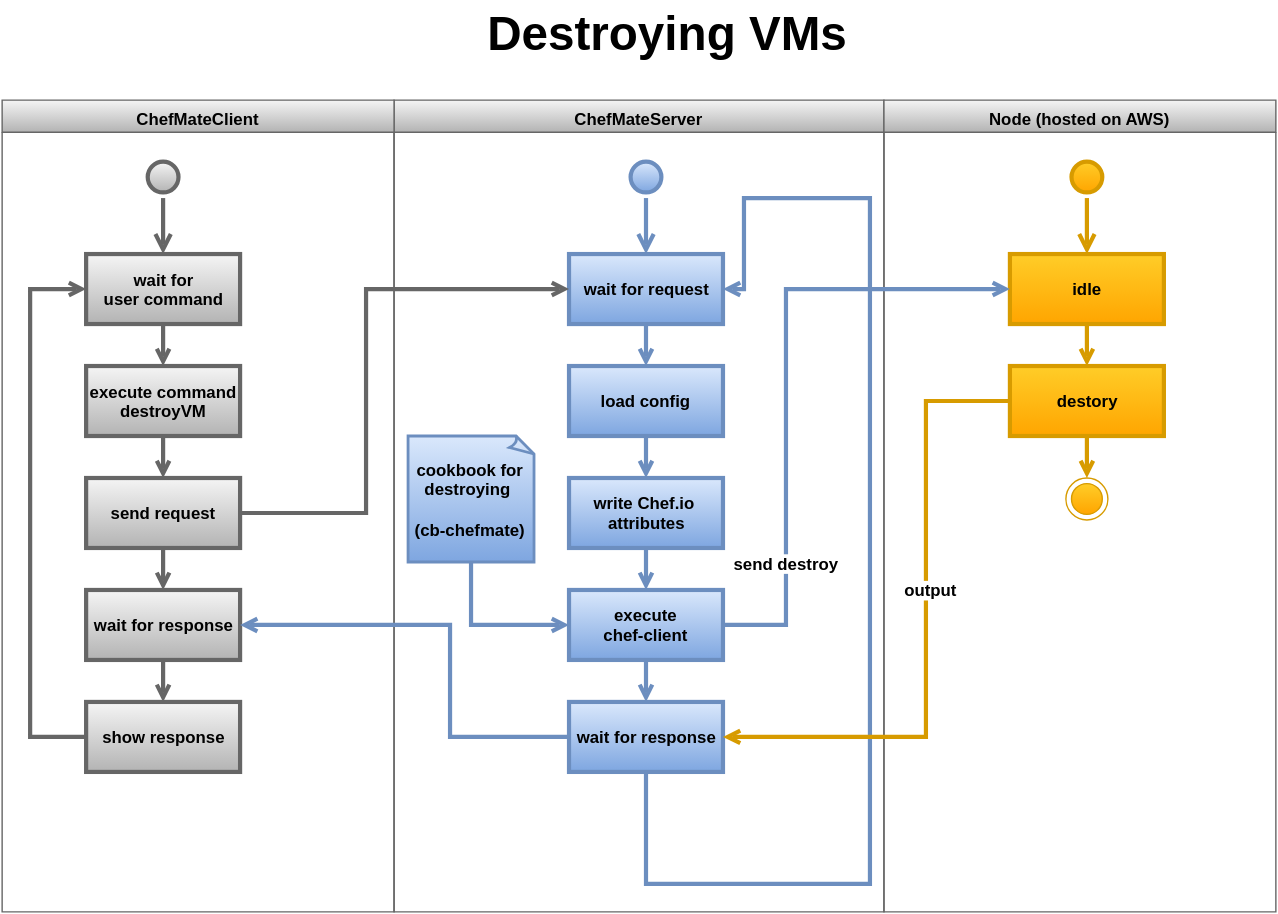
This is chefmateserver/diagrams/destroyVM_activitydiag.svg from APIBrickwork/AWSLambda-gRPC-API, a draw.io export, as it was before one commit. Source tidied: cells renumbered, new cells last; positions are measured from the earlier drawing's top-left corner, leaving out a move shared by most shapes. Its diagram source:
```xml
<mxGraphModel background="#ffffff">
  <root>
    <mxCell id="0" style="html=1;" />
    <mxCell id="1" style="html=1;" parent="0" />
    <mxCell id="2" value="ChefMateServer" style="swimlane;whiteSpace=wrap;html=1;shadow=0;plain-gray;" parent="1" vertex="1">
      <mxGeometry x="280" y="70" width="350" height="580" as="geometry" />
    </mxCell>
    <mxCell id="3" style="ellipse;shape=startState;html=1;strokeWidth=3;shadow=0;plain-blue;" parent="2" vertex="1">
      <mxGeometry x="165" y="40" width="30" height="30" as="geometry" />
    </mxCell>
    <mxCell id="4" style="edgeStyle=elbowEdgeStyle;elbow=horizontal;verticalAlign=bottom;endArrow=open;endSize=8;endFill=1;rounded=0;html=1;fontStyle=1;strokeWidth=3;shadow=0;plain-blue;" parent="2" edge="1" source="3" target="5">
      <mxGeometry x="165" y="40" as="geometry" />
    </mxCell>
    <mxCell id="5" value="wait for request" style="text;html=1;align=center;verticalAlign=middle;fontStyle=1;strokeWidth=3;shadow=0;plain-blue;" parent="2" vertex="1">
      <mxGeometry x="125" y="110" width="110" height="50" as="geometry" />
    </mxCell>
    <mxCell id="6" value="load config" style="text;html=1;align=center;verticalAlign=middle;fontStyle=1;strokeWidth=3;shadow=0;plain-blue;" parent="2" vertex="1">
      <mxGeometry x="125" y="190" width="110" height="50" as="geometry" />
    </mxCell>
    <mxCell id="7" style="endArrow=open;endFill=1;rounded=0;html=1;fontStyle=1;strokeWidth=3;shadow=0;plain-blue;" parent="2" edge="1" source="5" target="6">
      <mxGeometry relative="1" as="geometry" />
    </mxCell>
    <mxCell id="8" style="edgeStyle=none;rounded=0;html=1;exitX=0.5;exitY=1;entryX=0.5;entryY=0;shadow=0;endArrow=open;endFill=0;jettySize=auto;strokeWidth=3;plain-blue;" parent="2" edge="1" source="9" target="12">
      <mxGeometry relative="1" as="geometry" />
    </mxCell>
    <mxCell id="9" value="write Chef.io&amp;nbsp;&lt;br&gt;attributes" style="text;html=1;align=center;verticalAlign=middle;fontStyle=1;strokeWidth=3;shadow=0;plain-blue;" parent="2" vertex="1">
      <mxGeometry x="125" y="270" width="110" height="50" as="geometry" />
    </mxCell>
    <mxCell id="10" style="endArrow=open;endFill=1;rounded=0;html=1;fontStyle=1;strokeWidth=3;shadow=0;plain-blue;" parent="2" edge="1" source="6" target="9">
      <mxGeometry relative="1" as="geometry" />
    </mxCell>
    <mxCell id="11" style="edgeStyle=none;rounded=0;html=1;exitX=0.5;exitY=1;shadow=0;endArrow=open;endFill=0;jettySize=auto;strokeWidth=3;plain-blue;" parent="2" edge="1" source="12" target="16">
      <mxGeometry relative="1" as="geometry" />
    </mxCell>
    <mxCell id="12" value="execute&lt;br&gt;chef-client&lt;br&gt;" style="text;html=1;align=center;verticalAlign=middle;fontStyle=1;strokeWidth=3;shadow=0;plain-blue;" parent="2" vertex="1">
      <mxGeometry x="125" y="350" width="110" height="50" as="geometry" />
    </mxCell>
    <mxCell id="13" style="edgeStyle=none;rounded=0;html=1;exitX=0.5;exitY=1;exitPerimeter=0;entryX=0;entryY=0.5;shadow=0;endArrow=open;endFill=0;jettySize=auto;strokeWidth=3;plain-blue;" parent="2" edge="1" source="14" target="12">
      <mxGeometry relative="1" as="geometry">
        <Array as="points">
          <mxPoint x="55" y="375" />
        </Array>
      </mxGeometry>
    </mxCell>
    <mxCell id="14" value="&lt;div&gt;&lt;b&gt;cookbook for&lt;/b&gt;&lt;b&gt;&lt;br&gt;&lt;/b&gt;&lt;/div&gt;&lt;b&gt;destroying&amp;nbsp;&lt;br&gt;&lt;br&gt;(cb-chefmate)&lt;/b&gt;" style="strokeWidth=2;whiteSpace=wrap;html=1;shape=mxgraph.basic.document;shadow=0;plain-blue;" parent="2" vertex="1">
      <mxGeometry x="10" y="240" width="90" height="90" as="geometry" />
    </mxCell>
    <mxCell id="15" style="edgeStyle=none;rounded=0;html=1;exitX=0.5;exitY=1;entryX=1;entryY=0.5;shadow=0;endArrow=open;endFill=0;jettySize=auto;strokeWidth=3;plain-blue;" parent="2" edge="1" source="16" target="5">
      <mxGeometry relative="1" as="geometry">
        <Array as="points">
          <mxPoint x="180" y="560" />
          <mxPoint x="340" y="560" />
          <mxPoint x="340" y="70" />
          <mxPoint x="250" y="70" />
          <mxPoint x="250" y="135" />
        </Array>
      </mxGeometry>
    </mxCell>
    <mxCell id="16" value="wait for response" style="text;html=1;align=center;verticalAlign=middle;fontStyle=1;strokeWidth=3;shadow=0;plain-blue;" parent="2" vertex="1">
      <mxGeometry x="125" y="430" width="110" height="50" as="geometry" />
    </mxCell>
    <mxCell id="17" value="Node (hosted on AWS)" style="swimlane;whiteSpace=wrap;html=1;shadow=0;plain-gray;" parent="1" vertex="1">
      <mxGeometry x="630" y="70" width="280" height="580" as="geometry" />
    </mxCell>
    <mxCell id="18" style="ellipse;shape=startState;html=1;strokeWidth=3;shadow=0;plain-orange;" parent="17" vertex="1">
      <mxGeometry x="130" y="40" width="30" height="30" as="geometry" />
    </mxCell>
    <mxCell id="19" style="edgeStyle=elbowEdgeStyle;elbow=horizontal;verticalAlign=bottom;endArrow=open;endSize=8;endFill=1;rounded=0;html=1;fontStyle=1;strokeWidth=3;shadow=0;plain-orange;" parent="17" edge="1" source="18" target="20">
      <mxGeometry x="110" y="20" as="geometry" />
    </mxCell>
    <mxCell id="20" value="idle" style="text;html=1;align=center;verticalAlign=middle;fontStyle=1;strokeWidth=3;shadow=0;plain-orange;" parent="17" vertex="1">
      <mxGeometry x="90" y="110" width="110" height="50" as="geometry" />
    </mxCell>
    <mxCell id="21" style="endArrow=open;endFill=1;rounded=0;html=1;fontStyle=1;strokeWidth=3;shadow=0;plain-orange;entryX=0.5;entryY=0;" parent="17" edge="1" source="20" target="23">
      <mxGeometry x="145" y="160" as="geometry" />
    </mxCell>
    <mxCell id="22" style="edgeStyle=none;rounded=0;html=1;exitX=0.5;exitY=1;entryX=0.5;entryY=0;shadow=0;endArrow=open;endFill=0;jettySize=auto;strokeWidth=3;plain-orange;" parent="17" edge="1" source="23" target="24">
      <mxGeometry relative="1" as="geometry" />
    </mxCell>
    <mxCell id="23" value="destory" style="text;html=1;align=center;verticalAlign=middle;fontStyle=1;strokeWidth=3;shadow=0;plain-orange;" parent="17" vertex="1">
      <mxGeometry x="90" y="190" width="110" height="50" as="geometry" />
    </mxCell>
    <mxCell id="24" style="ellipse;html=1;shape=endState;shadow=0;plain-orange;" parent="17" vertex="1">
      <mxGeometry x="130" y="270" width="30" height="30" as="geometry" />
    </mxCell>
    <mxCell id="25" value="ChefMateClient" style="swimlane;whiteSpace=wrap;html=1;shadow=0;plain-gray;" parent="1" vertex="1">
      <mxGeometry y="70" width="280" height="580" as="geometry" />
    </mxCell>
    <mxCell id="26" style="ellipse;shape=startState;html=1;strokeWidth=3;shadow=0;plain-gray;" parent="25" vertex="1">
      <mxGeometry x="100" y="40" width="30" height="30" as="geometry" />
    </mxCell>
    <mxCell id="27" style="edgeStyle=elbowEdgeStyle;elbow=horizontal;verticalAlign=bottom;endArrow=open;endSize=8;endFill=0;rounded=0;html=1;fontStyle=1;strokeWidth=3;shadow=0;plain-gray;" parent="25" edge="1" source="26" target="28">
      <mxGeometry x="100" y="40" as="geometry" />
    </mxCell>
    <mxCell id="28" value="wait for&lt;br&gt;user command" style="text;html=1;align=center;verticalAlign=middle;fontStyle=1;strokeWidth=3;shadow=0;plain-gray;" parent="25" vertex="1">
      <mxGeometry x="60" y="110" width="110" height="50" as="geometry" />
    </mxCell>
    <mxCell id="29" value="execute command&lt;br&gt;destroyVM" style="text;html=1;align=center;verticalAlign=middle;fontStyle=1;strokeWidth=3;shadow=0;plain-gray;" parent="25" vertex="1">
      <mxGeometry x="60" y="190" width="110" height="50" as="geometry" />
    </mxCell>
    <mxCell id="30" style="endArrow=open;endFill=1;rounded=0;html=1;fontStyle=1;strokeWidth=3;shadow=0;plain-gray;" parent="25" edge="1" source="28" target="29">
      <mxGeometry relative="1" as="geometry" />
    </mxCell>
    <mxCell id="31" style="edgeStyle=none;rounded=0;html=1;exitX=0.5;exitY=1;shadow=0;endArrow=open;endFill=0;jettySize=auto;strokeWidth=3;plain-gray;" parent="25" edge="1" source="32" target="35">
      <mxGeometry relative="1" as="geometry" />
    </mxCell>
    <mxCell id="32" value="send request" style="text;html=1;align=center;verticalAlign=middle;fontStyle=1;strokeWidth=3;shadow=0;plain-gray;" parent="25" vertex="1">
      <mxGeometry x="60" y="270" width="110" height="50" as="geometry" />
    </mxCell>
    <mxCell id="33" style="endArrow=open;endFill=1;rounded=0;html=1;fontStyle=1;strokeWidth=3;shadow=0;plain-gray;" parent="25" edge="1" source="29" target="32">
      <mxGeometry relative="1" as="geometry" />
    </mxCell>
    <mxCell id="34" style="edgeStyle=none;rounded=0;html=1;exitX=0.5;exitY=1;entryX=0.5;entryY=0;shadow=0;endArrow=open;endFill=0;jettySize=auto;strokeWidth=3;plain-gray;" parent="25" edge="1" source="35" target="37">
      <mxGeometry relative="1" as="geometry" />
    </mxCell>
    <mxCell id="35" value="wait for response" style="text;html=1;align=center;verticalAlign=middle;fontStyle=1;strokeWidth=3;shadow=0;plain-gray;" parent="25" vertex="1">
      <mxGeometry x="60" y="350" width="110" height="50" as="geometry" />
    </mxCell>
    <mxCell id="36" style="edgeStyle=none;rounded=0;html=1;exitX=0;exitY=0.5;entryX=0;entryY=0.5;shadow=0;endArrow=open;endFill=0;jettySize=auto;strokeWidth=3;plain-gray;" parent="25" edge="1" source="37" target="28">
      <mxGeometry relative="1" as="geometry">
        <Array as="points">
          <mxPoint x="20" y="455" />
          <mxPoint x="20" y="135" />
        </Array>
      </mxGeometry>
    </mxCell>
    <mxCell id="37" value="show response" style="text;html=1;align=center;verticalAlign=middle;fontStyle=1;strokeWidth=3;shadow=0;plain-gray;" parent="25" vertex="1">
      <mxGeometry x="60" y="430" width="110" height="50" as="geometry" />
    </mxCell>
    <mxCell id="38" style="edgeStyle=none;rounded=0;html=1;exitX=1;exitY=0.5;entryX=0;entryY=0.5;shadow=0;endArrow=open;endFill=0;jettySize=auto;strokeWidth=3;plain-gray;" parent="1" edge="1" source="32" target="5">
      <mxGeometry relative="1" as="geometry">
        <Array as="points">
          <mxPoint x="260" y="365" />
          <mxPoint x="260" y="205" />
        </Array>
      </mxGeometry>
    </mxCell>
    <mxCell id="39" value="&lt;b&gt;&lt;font style=&quot;font-size: 34px&quot;&gt;Destroying VMs&lt;/font&gt;&lt;/b&gt;" style="text;html=1;align=left;verticalAlign=top;spacingTop=-4;" parent="1" vertex="1">
      <mxGeometry x="345" width="270" height="20" as="geometry" />
    </mxCell>
    <mxCell id="40" style="edgeStyle=none;rounded=0;html=1;exitX=1;exitY=0.5;entryX=0;entryY=0.5;shadow=0;endArrow=open;endFill=0;jettySize=auto;strokeWidth=3;plain-blue;" parent="1" edge="1" source="12" target="20">
      <mxGeometry relative="1" as="geometry">
        <Array as="points">
          <mxPoint x="560" y="445" />
          <mxPoint x="560" y="205" />
        </Array>
      </mxGeometry>
    </mxCell>
    <mxCell id="41" value="send destroy" style="text;html=1;align=center;verticalAlign=middle;labelBackgroundColor=#ffffff;fontStyle=1;" parent="40" vertex="1">
      <mxGeometry x="-0.42" relative="1" as="geometry">
        <mxPoint y="38" as="offset" />
      </mxGeometry>
    </mxCell>
    <mxCell id="42" style="edgeStyle=none;rounded=0;html=1;exitX=0;exitY=0.5;entryX=1;entryY=0.5;shadow=0;endArrow=open;endFill=0;jettySize=auto;strokeWidth=3;plain-orange;" parent="1" edge="1" source="23" target="16">
      <mxGeometry relative="1" as="geometry">
        <Array as="points">
          <mxPoint x="660" y="285" />
          <mxPoint x="660" y="525" />
        </Array>
      </mxGeometry>
    </mxCell>
    <mxCell id="43" value="&lt;b&gt;output&lt;/b&gt;" style="text;html=1;align=center;verticalAlign=middle;labelBackgroundColor=#ffffff;" parent="42" vertex="1">
      <mxGeometry x="-0.13" y="3" relative="1" as="geometry" />
    </mxCell>
    <mxCell id="44" style="edgeStyle=none;rounded=0;html=1;exitX=0;exitY=0.5;entryX=1;entryY=0.5;shadow=0;endArrow=open;endFill=0;jettySize=auto;strokeWidth=3;plain-blue;" parent="1" edge="1" source="16" target="35">
      <mxGeometry relative="1" as="geometry">
        <Array as="points">
          <mxPoint x="320" y="525" />
          <mxPoint x="320" y="445" />
        </Array>
      </mxGeometry>
    </mxCell>
  </root>
</mxGraphModel>
```
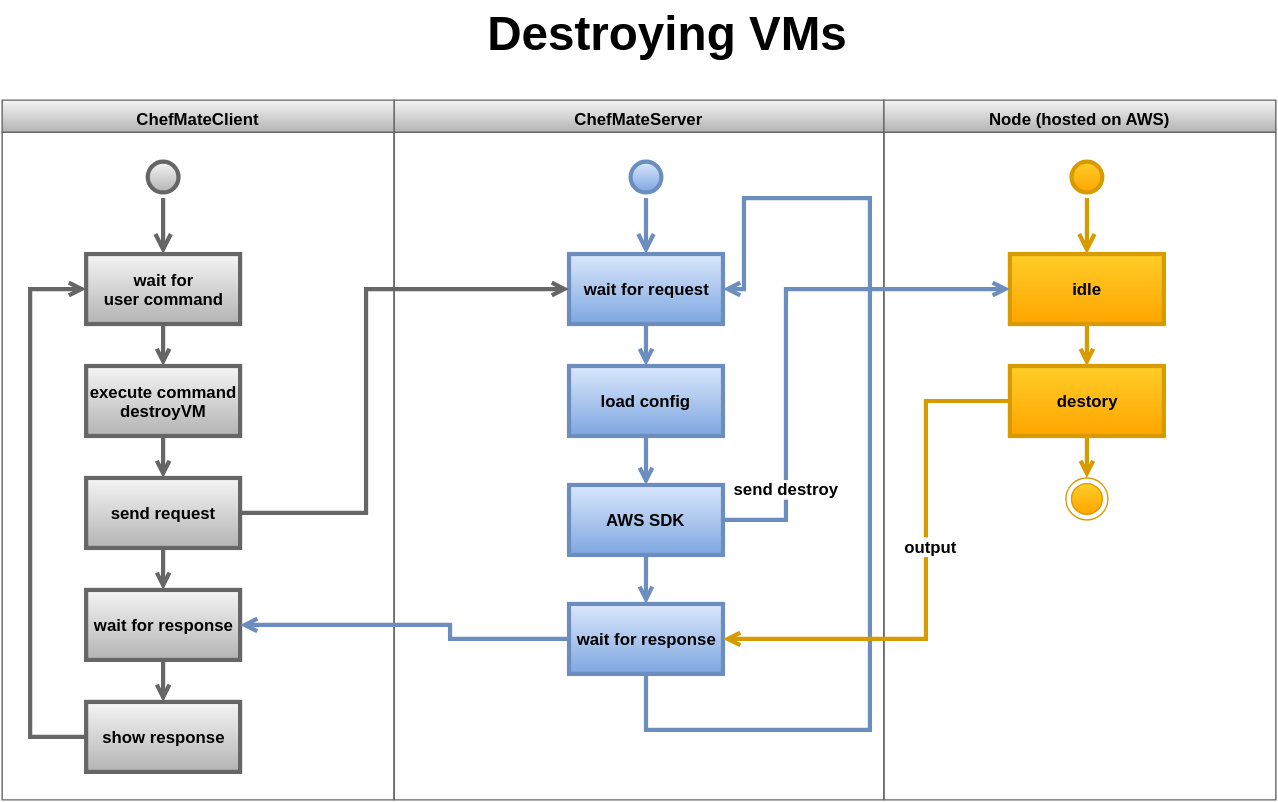
After the change.

Commit message:
Adapted destroyVM activity diagrams to match AWS SDK usage

Diff of the diagram source:
```diff
@@ -3,7 +3,7 @@
     <mxCell id="0" style="html=1;" />
     <mxCell id="1" style="html=1;" parent="0" />
     <mxCell id="2" value="ChefMateServer" style="swimlane;whiteSpace=wrap;html=1;shadow=0;plain-gray;" parent="1" vertex="1">
-      <mxGeometry x="280" y="70" width="350" height="580" as="geometry" />
+      <mxGeometry x="280" y="70" width="350" height="500" as="geometry" />
     </mxCell>
     <mxCell id="3" style="ellipse;shape=startState;html=1;strokeWidth=3;shadow=0;plain-blue;" parent="2" vertex="1">
       <mxGeometry x="165" y="40" width="30" height="30" as="geometry" />
@@ -20,36 +20,20 @@
     <mxCell id="7" style="endArrow=open;endFill=1;rounded=0;html=1;fontStyle=1;strokeWidth=3;shadow=0;plain-blue;" parent="2" edge="1" source="5" target="6">
       <mxGeometry relative="1" as="geometry" />
     </mxCell>
-    <mxCell id="8" style="edgeStyle=none;rounded=0;html=1;exitX=0.5;exitY=1;entryX=0.5;entryY=0;shadow=0;endArrow=open;endFill=0;jettySize=auto;strokeWidth=3;plain-blue;" parent="2" edge="1" source="9" target="12">
-      <mxGeometry relative="1" as="geometry" />
-    </mxCell>
-    <mxCell id="9" value="write Chef.io&amp;nbsp;&lt;br&gt;attributes" style="text;html=1;align=center;verticalAlign=middle;fontStyle=1;strokeWidth=3;shadow=0;plain-blue;" parent="2" vertex="1">
-      <mxGeometry x="125" y="270" width="110" height="50" as="geometry" />
-    </mxCell>
-    <mxCell id="10" style="endArrow=open;endFill=1;rounded=0;html=1;fontStyle=1;strokeWidth=3;shadow=0;plain-blue;" parent="2" edge="1" source="6" target="9">
+    <mxCell id="10" style="endArrow=open;endFill=1;rounded=0;html=1;fontStyle=1;strokeWidth=3;shadow=0;plain-blue;entryX=0.5;entryY=0;" parent="2" edge="1" source="6" target="12">
       <mxGeometry relative="1" as="geometry" />
     </mxCell>
     <mxCell id="11" style="edgeStyle=none;rounded=0;html=1;exitX=0.5;exitY=1;shadow=0;endArrow=open;endFill=0;jettySize=auto;strokeWidth=3;plain-blue;" parent="2" edge="1" source="12" target="16">
       <mxGeometry relative="1" as="geometry" />
     </mxCell>
-    <mxCell id="12" value="execute&lt;br&gt;chef-client&lt;br&gt;" style="text;html=1;align=center;verticalAlign=middle;fontStyle=1;strokeWidth=3;shadow=0;plain-blue;" parent="2" vertex="1">
-      <mxGeometry x="125" y="350" width="110" height="50" as="geometry" />
+    <mxCell id="12" value="AWS SDK" style="text;html=1;align=center;verticalAlign=middle;fontStyle=1;strokeWidth=3;shadow=0;plain-blue;" parent="2" vertex="1">
+      <mxGeometry x="125" y="275" width="110" height="50" as="geometry" />
     </mxCell>
-    <mxCell id="13" style="edgeStyle=none;rounded=0;html=1;exitX=0.5;exitY=1;exitPerimeter=0;entryX=0;entryY=0.5;shadow=0;endArrow=open;endFill=0;jettySize=auto;strokeWidth=3;plain-blue;" parent="2" edge="1" source="14" target="12">
-      <mxGeometry relative="1" as="geometry">
-        <Array as="points">
-          <mxPoint x="55" y="375" />
-        </Array>
-      </mxGeometry>
-    </mxCell>
-    <mxCell id="14" value="&lt;div&gt;&lt;b&gt;cookbook for&lt;/b&gt;&lt;b&gt;&lt;br&gt;&lt;/b&gt;&lt;/div&gt;&lt;b&gt;destroying&amp;nbsp;&lt;br&gt;&lt;br&gt;(cb-chefmate)&lt;/b&gt;" style="strokeWidth=2;whiteSpace=wrap;html=1;shape=mxgraph.basic.document;shadow=0;plain-blue;" parent="2" vertex="1">
-      <mxGeometry x="10" y="240" width="90" height="90" as="geometry" />
-    </mxCell>
     <mxCell id="15" style="edgeStyle=none;rounded=0;html=1;exitX=0.5;exitY=1;entryX=1;entryY=0.5;shadow=0;endArrow=open;endFill=0;jettySize=auto;strokeWidth=3;plain-blue;" parent="2" edge="1" source="16" target="5">
       <mxGeometry relative="1" as="geometry">
         <Array as="points">
-          <mxPoint x="180" y="560" />
-          <mxPoint x="340" y="560" />
+          <mxPoint x="180" y="450" />
+          <mxPoint x="340" y="450" />
           <mxPoint x="340" y="70" />
           <mxPoint x="250" y="70" />
           <mxPoint x="250" y="135" />
@@ -57,10 +41,10 @@
       </mxGeometry>
     </mxCell>
     <mxCell id="16" value="wait for response" style="text;html=1;align=center;verticalAlign=middle;fontStyle=1;strokeWidth=3;shadow=0;plain-blue;" parent="2" vertex="1">
-      <mxGeometry x="125" y="430" width="110" height="50" as="geometry" />
+      <mxGeometry x="125" y="360" width="110" height="50" as="geometry" />
     </mxCell>
     <mxCell id="17" value="Node (hosted on AWS)" style="swimlane;whiteSpace=wrap;html=1;shadow=0;plain-gray;" parent="1" vertex="1">
-      <mxGeometry x="630" y="70" width="280" height="580" as="geometry" />
+      <mxGeometry x="630" y="70" width="280" height="500" as="geometry" />
     </mxCell>
     <mxCell id="18" style="ellipse;shape=startState;html=1;strokeWidth=3;shadow=0;plain-orange;" parent="17" vertex="1">
       <mxGeometry x="130" y="40" width="30" height="30" as="geometry" />
@@ -84,7 +68,7 @@
       <mxGeometry x="130" y="270" width="30" height="30" as="geometry" />
     </mxCell>
     <mxCell id="25" value="ChefMateClient" style="swimlane;whiteSpace=wrap;html=1;shadow=0;plain-gray;" parent="1" vertex="1">
-      <mxGeometry y="70" width="280" height="580" as="geometry" />
+      <mxGeometry y="70" width="280" height="500" as="geometry" />
     </mxCell>
     <mxCell id="26" style="ellipse;shape=startState;html=1;strokeWidth=3;shadow=0;plain-gray;" parent="25" vertex="1">
       <mxGeometry x="100" y="40" width="30" height="30" as="geometry" />
@@ -141,7 +125,7 @@
     <mxCell id="40" style="edgeStyle=none;rounded=0;html=1;exitX=1;exitY=0.5;entryX=0;entryY=0.5;shadow=0;endArrow=open;endFill=0;jettySize=auto;strokeWidth=3;plain-blue;" parent="1" edge="1" source="12" target="20">
       <mxGeometry relative="1" as="geometry">
         <Array as="points">
-          <mxPoint x="560" y="445" />
+          <mxPoint x="560" y="370" />
           <mxPoint x="560" y="205" />
         </Array>
       </mxGeometry>
@@ -155,7 +139,7 @@
       <mxGeometry relative="1" as="geometry">
         <Array as="points">
           <mxPoint x="660" y="285" />
-          <mxPoint x="660" y="525" />
+          <mxPoint x="660" y="455" />
         </Array>
       </mxGeometry>
     </mxCell>
@@ -165,7 +149,7 @@
     <mxCell id="44" style="edgeStyle=none;rounded=0;html=1;exitX=0;exitY=0.5;entryX=1;entryY=0.5;shadow=0;endArrow=open;endFill=0;jettySize=auto;strokeWidth=3;plain-blue;" parent="1" edge="1" source="16" target="35">
       <mxGeometry relative="1" as="geometry">
         <Array as="points">
-          <mxPoint x="320" y="525" />
+          <mxPoint x="320" y="455" />
           <mxPoint x="320" y="445" />
         </Array>
       </mxGeometry>
```
